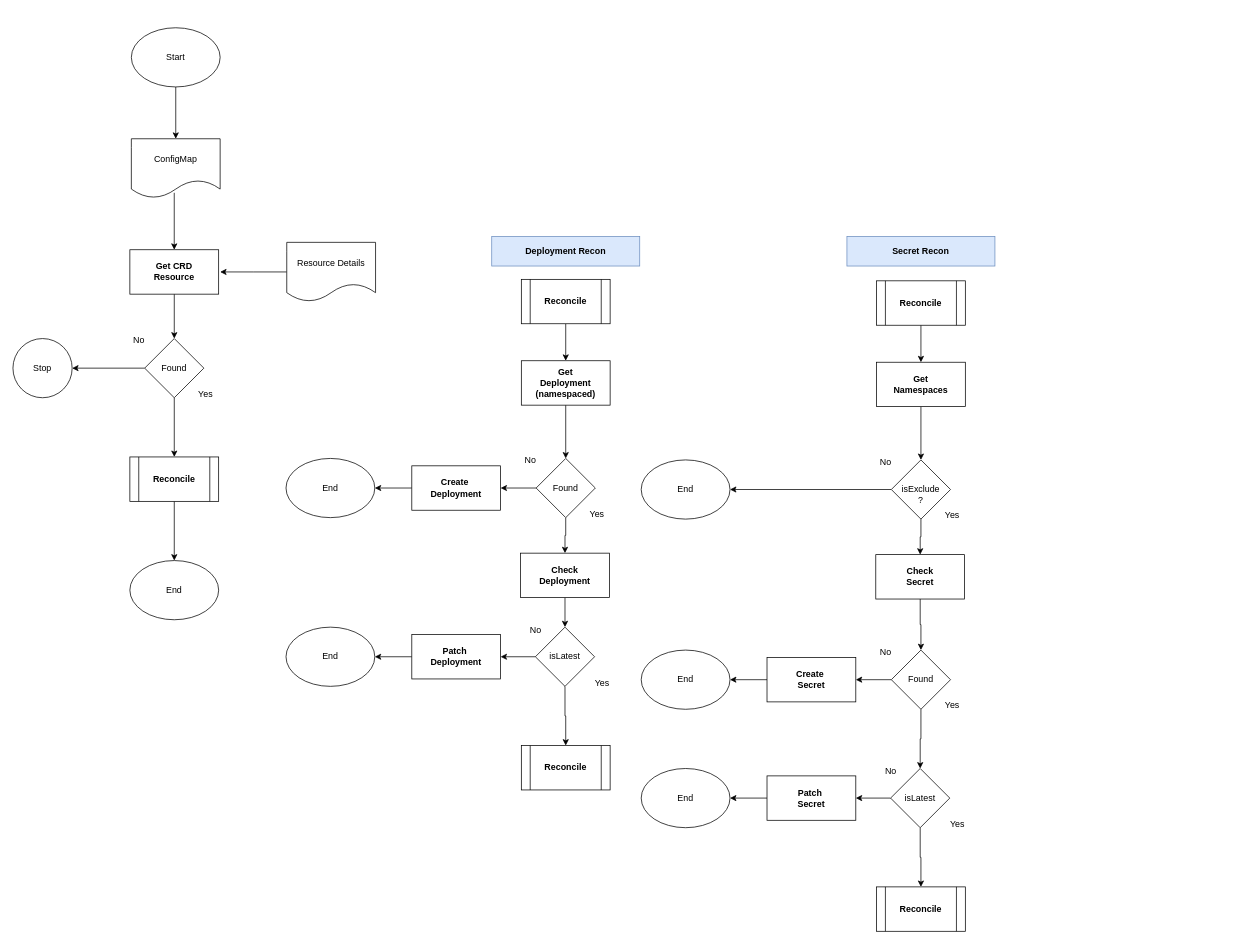
This is flow-diagram.draw.io.drawio from edcelvista/_golang-k8s-custom-operator, a draw.io file, before an edit. Source tidied: cells renumbered, new cells numbered last; positions are measured from the earlier drawing's top-left corner, leaving out a move shared by most shapes. Both pictures are drawn from the tidied source at 74%, with x=0, y=0 at pixel (13, 27).
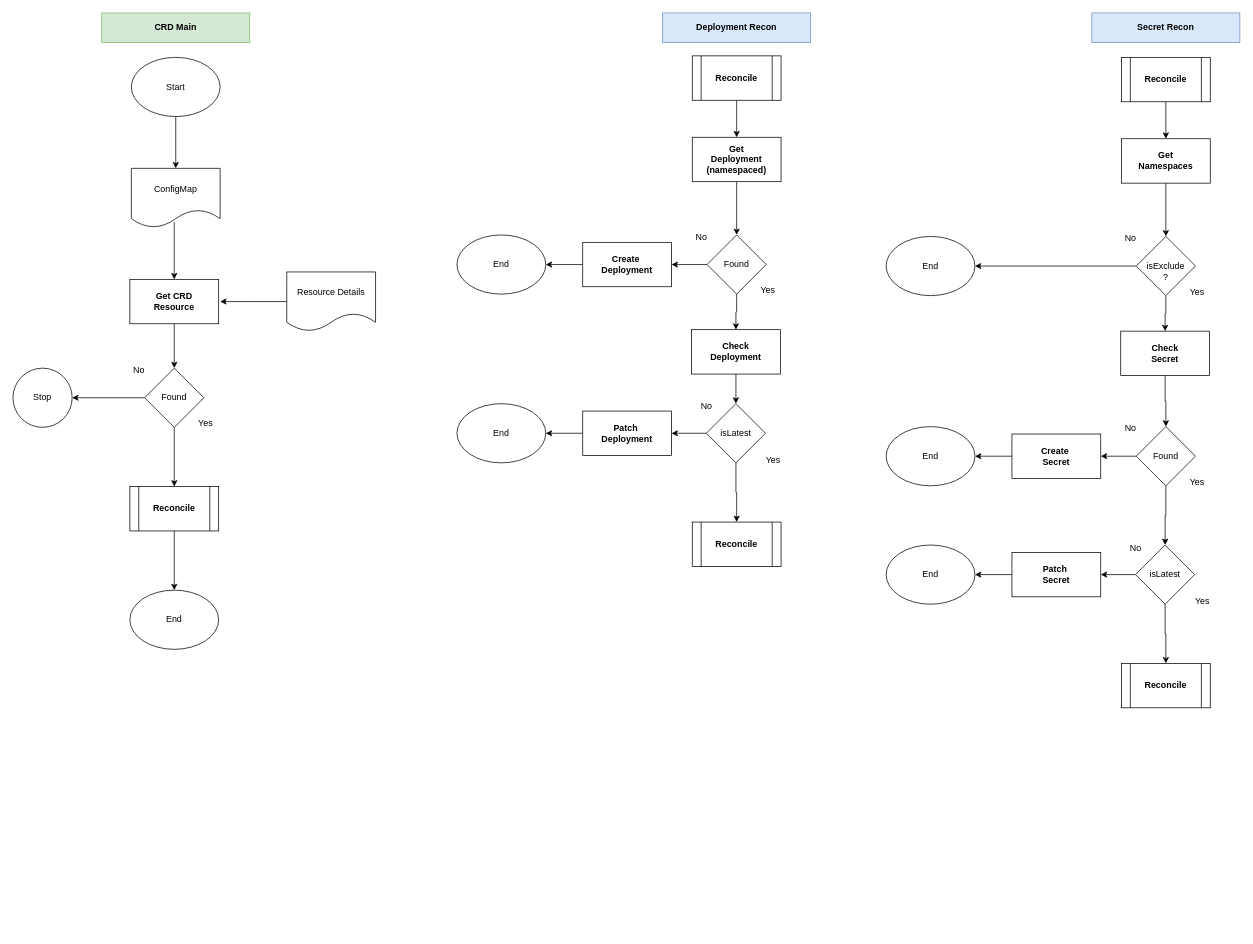
After the change.

Diff of the diagram source:
```diff
@@
     <mxCell id="4" value="ConfigMap" style="shape=document;whiteSpace=wrap;html=1;boundedLbl=1;" parent="1" vertex="1">
-      <mxGeometry x="160" y="150" width="120" height="80" as="geometry" />
+      <mxGeometry x="160" y="190" width="120" height="80" as="geometry" />
     </mxCell>
     <mxCell id="5" value="Start" style="ellipse;whiteSpace=wrap;html=1;" parent="1" vertex="1">
-      <mxGeometry x="160" width="120" height="80" as="geometry" />
+      <mxGeometry x="160" y="40" width="120" height="80" as="geometry" />
     </mxCell>
@@
     <mxCell id="7" value="Get CRD&lt;br&gt;Resource" style="rounded=0;whiteSpace=wrap;html=1;fontStyle=1;" parent="1" vertex="1">
-      <mxGeometry x="158" y="300" width="120" height="60" as="geometry" />
+      <mxGeometry x="158" y="340" width="120" height="60" as="geometry" />
     </mxCell>
@@
     <mxCell id="10" value="Found" style="rhombus;whiteSpace=wrap;html=1;" parent="1" vertex="1">
-      <mxGeometry x="178" y="420" width="80" height="80" as="geometry" />
+      <mxGeometry x="178" y="460" width="80" height="80" as="geometry" />
     </mxCell>
     <mxCell id="11" value="No" style="text;html=1;align=center;verticalAlign=middle;strokeColor=none;fillColor=none;" parent="1" vertex="1">
-      <mxGeometry x="150" y="408" width="40" height="30" as="geometry" />
+      <mxGeometry x="150" y="448" width="40" height="30" as="geometry" />
     </mxCell>
     <mxCell id="12" value="Yes" style="text;html=1;align=center;verticalAlign=middle;strokeColor=none;fillColor=none;" parent="1" vertex="1">
-      <mxGeometry x="240" y="480" width="40" height="30" as="geometry" />
+      <mxGeometry x="240" y="520" width="40" height="30" as="geometry" />
     </mxCell>
     <mxCell id="13" value="Stop" style="ellipse;whiteSpace=wrap;html=1;" parent="1" vertex="1">
-      <mxGeometry y="420" width="80" height="80" as="geometry" />
+      <mxGeometry y="460" width="80" height="80" as="geometry" />
     </mxCell>
     <mxCell id="14" style="edgeStyle=orthogonalEdgeStyle;rounded=0;jettySize=auto;html=1;" parent="1" edge="1" source="15">
       <mxGeometry relative="1" as="geometry">
-        <mxPoint x="280" y="330" as="targetPoint" />
+        <mxPoint x="280" y="370" as="targetPoint" />
       </mxGeometry>
     </mxCell>
     <mxCell id="15" value="Resource Details" style="shape=document;whiteSpace=wrap;html=1;boundedLbl=1;" parent="1" vertex="1">
-      <mxGeometry x="370" y="290" width="120" height="80" as="geometry" />
+      <mxGeometry x="370" y="330" width="120" height="80" as="geometry" />
     </mxCell>
@@
     <mxCell id="17" value="&lt;b&gt;Reconcile&lt;/b&gt;" style="shape=process;whiteSpace=wrap;html=1;backgroundOutline=1;" parent="1" vertex="1">
-      <mxGeometry x="158" y="580" width="120" height="60" as="geometry" />
+      <mxGeometry x="158" y="620" width="120" height="60" as="geometry" />
     </mxCell>
     <mxCell id="18" value="End" style="ellipse;whiteSpace=wrap;html=1;" parent="1" vertex="1">
-      <mxGeometry x="158" y="720" width="120" height="80" as="geometry" />
+      <mxGeometry x="158" y="760" width="120" height="80" as="geometry" />
     </mxCell>
@@
     <mxCell id="20" value="&lt;b&gt;Reconcile&lt;/b&gt;" style="shape=process;whiteSpace=wrap;html=1;backgroundOutline=1;" parent="1" vertex="1">
-      <mxGeometry x="687" y="340" width="120" height="60" as="geometry" />
+      <mxGeometry x="918" y="38" width="120" height="60" as="geometry" />
     </mxCell>
@@
     <mxCell id="22" value="Get &lt;br&gt;Deployment&lt;br&gt;(namespaced)" style="rounded=0;whiteSpace=wrap;html=1;fontStyle=1;" parent="1" vertex="1">
-      <mxGeometry x="687" y="450" width="120" height="60" as="geometry" />
+      <mxGeometry x="918" y="148" width="120" height="60" as="geometry" />
     </mxCell>
@@
     <mxCell id="25" value="Found" style="rhombus;whiteSpace=wrap;html=1;" parent="1" vertex="1">
-      <mxGeometry x="707" y="582" width="80" height="80" as="geometry" />
+      <mxGeometry x="938" y="280" width="80" height="80" as="geometry" />
     </mxCell>
     <mxCell id="26" value="No" style="text;html=1;align=center;verticalAlign=middle;strokeColor=none;fillColor=none;" parent="1" vertex="1">
-      <mxGeometry x="679" y="570" width="40" height="30" as="geometry" />
+      <mxGeometry x="910" y="268" width="40" height="30" as="geometry" />
     </mxCell>
     <mxCell id="27" value="Yes" style="text;html=1;align=center;verticalAlign=middle;strokeColor=none;fillColor=none;" parent="1" vertex="1">
-      <mxGeometry x="769" y="642" width="40" height="30" as="geometry" />
+      <mxGeometry x="1000" y="340" width="40" height="30" as="geometry" />
     </mxCell>
@@
     <mxCell id="29" value="Create&amp;nbsp;&lt;br&gt;Deployment" style="rounded=0;whiteSpace=wrap;html=1;fontStyle=1;" parent="1" vertex="1">
-      <mxGeometry x="539" y="592" width="120" height="60" as="geometry" />
+      <mxGeometry x="770" y="290" width="120" height="60" as="geometry" />
     </mxCell>
     <mxCell id="30" value="End" style="ellipse;whiteSpace=wrap;html=1;" parent="1" vertex="1">
-      <mxGeometry x="369" y="582" width="120" height="80" as="geometry" />
+      <mxGeometry x="600" y="280" width="120" height="80" as="geometry" />
     </mxCell>
@@
     <mxCell id="32" value="Check&lt;br&gt;Deployment" style="rounded=0;whiteSpace=wrap;html=1;fontStyle=1;" parent="1" vertex="1">
-      <mxGeometry x="686" y="710" width="120" height="60" as="geometry" />
+      <mxGeometry x="917" y="408" width="120" height="60" as="geometry" />
     </mxCell>
@@
     <mxCell id="35" value="isLatest" style="rhombus;whiteSpace=wrap;html=1;" parent="1" vertex="1">
-      <mxGeometry x="706" y="810" width="80" height="80" as="geometry" />
+      <mxGeometry x="937" y="508" width="80" height="80" as="geometry" />
     </mxCell>
     <mxCell id="36" value="No" style="text;html=1;align=center;verticalAlign=middle;strokeColor=none;fillColor=none;" parent="1" vertex="1">
-      <mxGeometry x="686" y="799" width="40" height="30" as="geometry" />
+      <mxGeometry x="917" y="497" width="40" height="30" as="geometry" />
     </mxCell>
     <mxCell id="37" value="Yes" style="text;html=1;align=center;verticalAlign=middle;strokeColor=none;fillColor=none;" parent="1" vertex="1">
-      <mxGeometry x="776" y="871" width="40" height="30" as="geometry" />
+      <mxGeometry x="1007" y="569" width="40" height="30" as="geometry" />
     </mxCell>
     <mxCell id="38" value="&lt;b&gt;Reconcile&lt;/b&gt;" style="shape=process;whiteSpace=wrap;html=1;backgroundOutline=1;" parent="1" vertex="1">
-      <mxGeometry x="687" y="970" width="120" height="60" as="geometry" />
+      <mxGeometry x="918" y="668" width="120" height="60" as="geometry" />
     </mxCell>
@@
     <mxCell id="40" value="Patch&amp;nbsp;&lt;br&gt;Deployment" style="rounded=0;whiteSpace=wrap;html=1;fontStyle=1;" parent="1" vertex="1">
-      <mxGeometry x="539" y="820" width="120" height="60" as="geometry" />
+      <mxGeometry x="770" y="518" width="120" height="60" as="geometry" />
     </mxCell>
     <mxCell id="41" value="End" style="ellipse;whiteSpace=wrap;html=1;" parent="1" vertex="1">
-      <mxGeometry x="369" y="810" width="120" height="80" as="geometry" />
+      <mxGeometry x="600" y="508" width="120" height="80" as="geometry" />
     </mxCell>
     <mxCell id="42" value="&lt;b&gt;&amp;nbsp;Deployment Recon&amp;nbsp;&lt;/b&gt;" style="rounded=0;whiteSpace=wrap;html=1;fillColor=#dae8fc;strokeColor=#6c8ebf;" parent="1" vertex="1">
-      <mxGeometry x="647" y="282" width="200" height="40" as="geometry" />
+      <mxGeometry x="878" y="-20" width="200" height="40" as="geometry" />
     </mxCell>
@@
     <mxCell id="44" value="&lt;b&gt;Reconcile&lt;/b&gt;" style="shape=process;whiteSpace=wrap;html=1;backgroundOutline=1;" parent="1" vertex="1">
-      <mxGeometry x="1167" y="342" width="120" height="60" as="geometry" />
+      <mxGeometry x="1498" y="40" width="120" height="60" as="geometry" />
     </mxCell>
@@
     <mxCell id="46" value="Get &lt;br&gt;Namespaces" style="rounded=0;whiteSpace=wrap;html=1;fontStyle=1;" parent="1" vertex="1">
-      <mxGeometry x="1167" y="452" width="120" height="60" as="geometry" />
+      <mxGeometry x="1498" y="150" width="120" height="60" as="geometry" />
     </mxCell>
@@
     <mxCell id="49" value="&lt;br&gt;isExclude&lt;br&gt;?" style="rhombus;whiteSpace=wrap;html=1;" parent="1" vertex="1">
-      <mxGeometry x="1187" y="584" width="80" height="80" as="geometry" />
+      <mxGeometry x="1518" y="282" width="80" height="80" as="geometry" />
     </mxCell>
     <mxCell id="50" value="No" style="text;html=1;align=center;verticalAlign=middle;strokeColor=none;fillColor=none;" parent="1" vertex="1">
-      <mxGeometry x="1159" y="572" width="40" height="30" as="geometry" />
+      <mxGeometry x="1490" y="270" width="40" height="30" as="geometry" />
     </mxCell>
     <mxCell id="51" value="Yes" style="text;html=1;align=center;verticalAlign=middle;strokeColor=none;fillColor=none;" parent="1" vertex="1">
-      <mxGeometry x="1249" y="644" width="40" height="30" as="geometry" />
+      <mxGeometry x="1580" y="342" width="40" height="30" as="geometry" />
     </mxCell>
     <mxCell id="52" value="End" style="ellipse;whiteSpace=wrap;html=1;" parent="1" vertex="1">
-      <mxGeometry x="849" y="584" width="120" height="80" as="geometry" />
+      <mxGeometry x="1180" y="282" width="120" height="80" as="geometry" />
     </mxCell>
@@
     <mxCell id="54" value="Check&lt;br&gt;Secret" style="rounded=0;whiteSpace=wrap;html=1;fontStyle=1;" parent="1" vertex="1">
-      <mxGeometry x="1166" y="712" width="120" height="60" as="geometry" />
+      <mxGeometry x="1497" y="410" width="120" height="60" as="geometry" />
     </mxCell>
@@
     <mxCell id="57" value="isLatest" style="rhombus;whiteSpace=wrap;html=1;" parent="1" vertex="1">
-      <mxGeometry x="1186" y="1001" width="80" height="80" as="geometry" />
+      <mxGeometry x="1517" y="699" width="80" height="80" as="geometry" />
     </mxCell>
     <mxCell id="58" value="No" style="text;html=1;align=center;verticalAlign=middle;strokeColor=none;fillColor=none;" parent="1" vertex="1">
-      <mxGeometry x="1166" y="990" width="40" height="30" as="geometry" />
+      <mxGeometry x="1497" y="688" width="40" height="30" as="geometry" />
     </mxCell>
     <mxCell id="59" value="Yes" style="text;html=1;align=center;verticalAlign=middle;strokeColor=none;fillColor=none;" parent="1" vertex="1">
-      <mxGeometry x="1256" y="1062" width="40" height="30" as="geometry" />
+      <mxGeometry x="1587" y="760" width="40" height="30" as="geometry" />
     </mxCell>
     <mxCell id="60" value="&lt;b&gt;Reconcile&lt;/b&gt;" style="shape=process;whiteSpace=wrap;html=1;backgroundOutline=1;" parent="1" vertex="1">
-      <mxGeometry x="1167" y="1161" width="120" height="60" as="geometry" />
+      <mxGeometry x="1498" y="859" width="120" height="60" as="geometry" />
     </mxCell>
@@
     <mxCell id="62" value="Patch&amp;nbsp;&lt;br&gt;Secret" style="rounded=0;whiteSpace=wrap;html=1;fontStyle=1;" parent="1" vertex="1">
-      <mxGeometry x="1019" y="1011" width="120" height="60" as="geometry" />
+      <mxGeometry x="1350" y="709" width="120" height="60" as="geometry" />
     </mxCell>
     <mxCell id="63" value="End" style="ellipse;whiteSpace=wrap;html=1;" parent="1" vertex="1">
-      <mxGeometry x="849" y="1001" width="120" height="80" as="geometry" />
+      <mxGeometry x="1180" y="699" width="120" height="80" as="geometry" />
     </mxCell>
     <mxCell id="64" value="&lt;b&gt;&amp;nbsp;Secret Recon&amp;nbsp;&lt;/b&gt;" style="rounded=0;whiteSpace=wrap;html=1;fillColor=#dae8fc;strokeColor=#6c8ebf;" parent="1" vertex="1">
-      <mxGeometry x="1127" y="282" width="200" height="40" as="geometry" />
+      <mxGeometry x="1458" y="-20" width="200" height="40" as="geometry" />
     </mxCell>
@@
     <mxCell id="67" value="Found" style="rhombus;whiteSpace=wrap;html=1;" parent="1" vertex="1">
-      <mxGeometry x="1187" y="841" width="80" height="80" as="geometry" />
+      <mxGeometry x="1518" y="539" width="80" height="80" as="geometry" />
     </mxCell>
     <mxCell id="68" value="No" style="text;html=1;align=center;verticalAlign=middle;strokeColor=none;fillColor=none;" parent="1" vertex="1">
-      <mxGeometry x="1159" y="829" width="40" height="30" as="geometry" />
+      <mxGeometry x="1490" y="527" width="40" height="30" as="geometry" />
     </mxCell>
     <mxCell id="69" value="Yes" style="text;html=1;align=center;verticalAlign=middle;strokeColor=none;fillColor=none;" parent="1" vertex="1">
-      <mxGeometry x="1249" y="901" width="40" height="30" as="geometry" />
+      <mxGeometry x="1580" y="599" width="40" height="30" as="geometry" />
     </mxCell>
@@
     <mxCell id="71" value="Create&amp;nbsp;&lt;br&gt;Secret" style="rounded=0;whiteSpace=wrap;html=1;fontStyle=1;" parent="1" vertex="1">
-      <mxGeometry x="1019" y="851" width="120" height="60" as="geometry" />
+      <mxGeometry x="1350" y="549" width="120" height="60" as="geometry" />
     </mxCell>
     <mxCell id="72" value="End" style="ellipse;whiteSpace=wrap;html=1;" parent="1" vertex="1">
-      <mxGeometry x="849" y="841" width="120" height="80" as="geometry" />
+      <mxGeometry x="1180" y="539" width="120" height="80" as="geometry" />
     </mxCell>
+    <mxCell id="73" value="&lt;b&gt;CRD Main&lt;/b&gt;" style="rounded=0;whiteSpace=wrap;html=1;fillColor=#d5e8d4;strokeColor=#82b366;" parent="1" vertex="1">
+      <mxGeometry x="120" y="-20" width="200" height="40" as="geometry" />
+    </mxCell>
```
